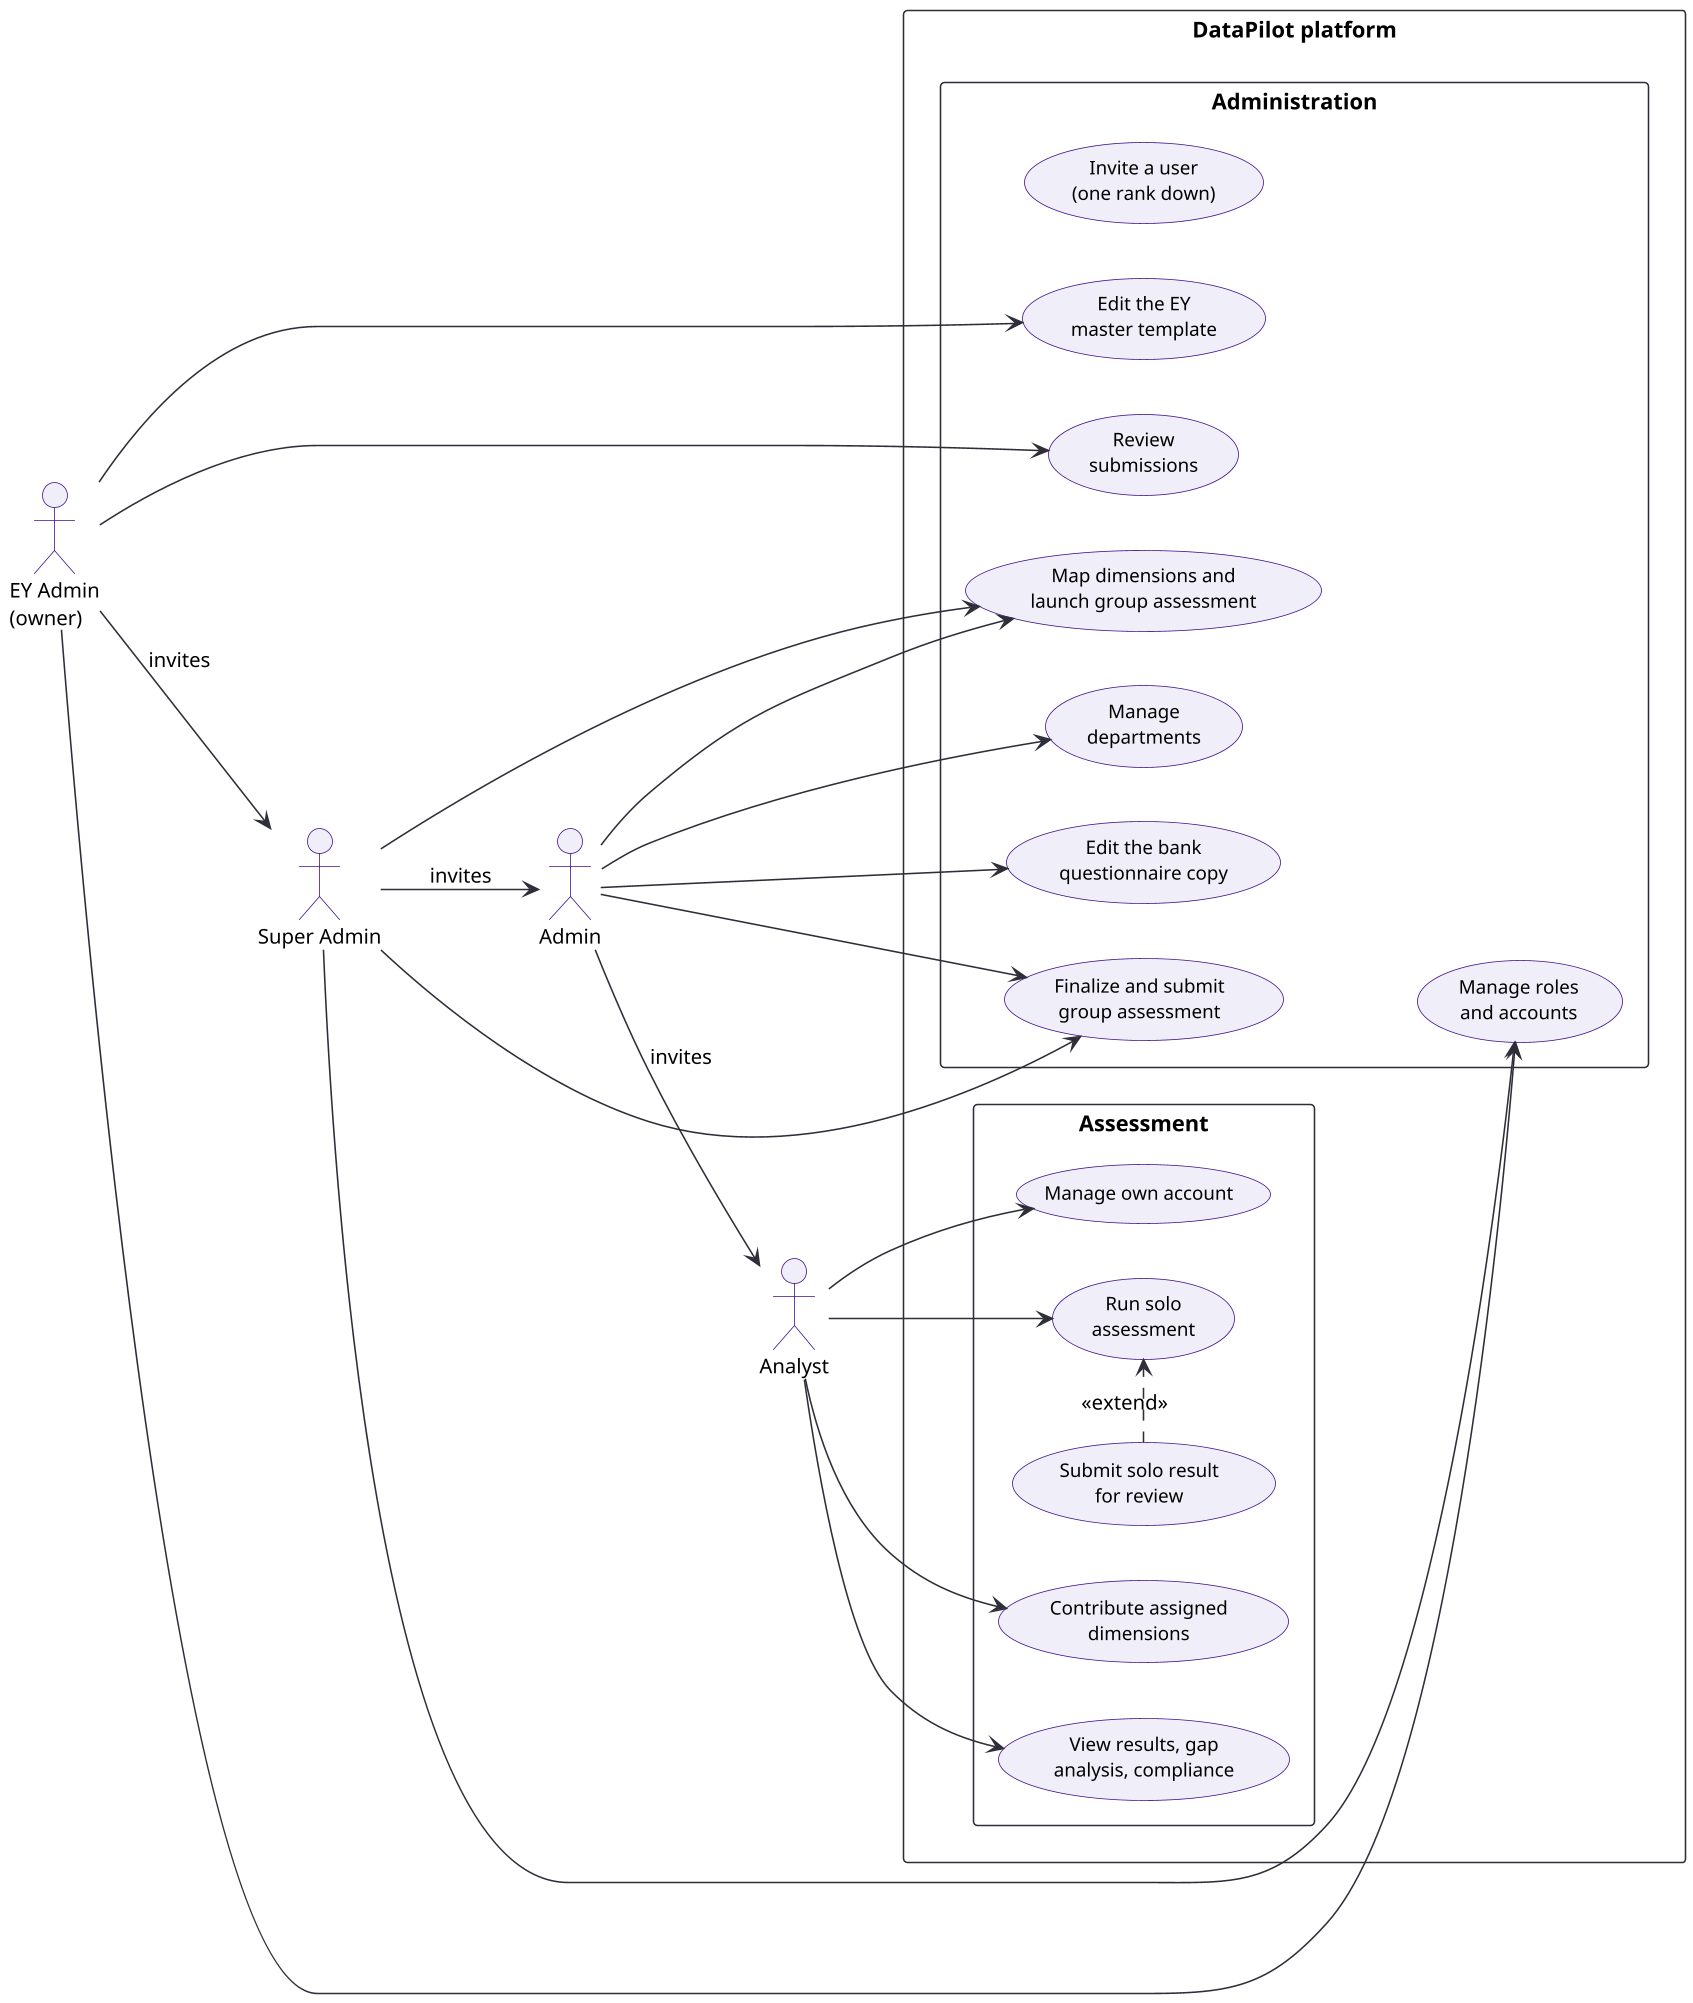
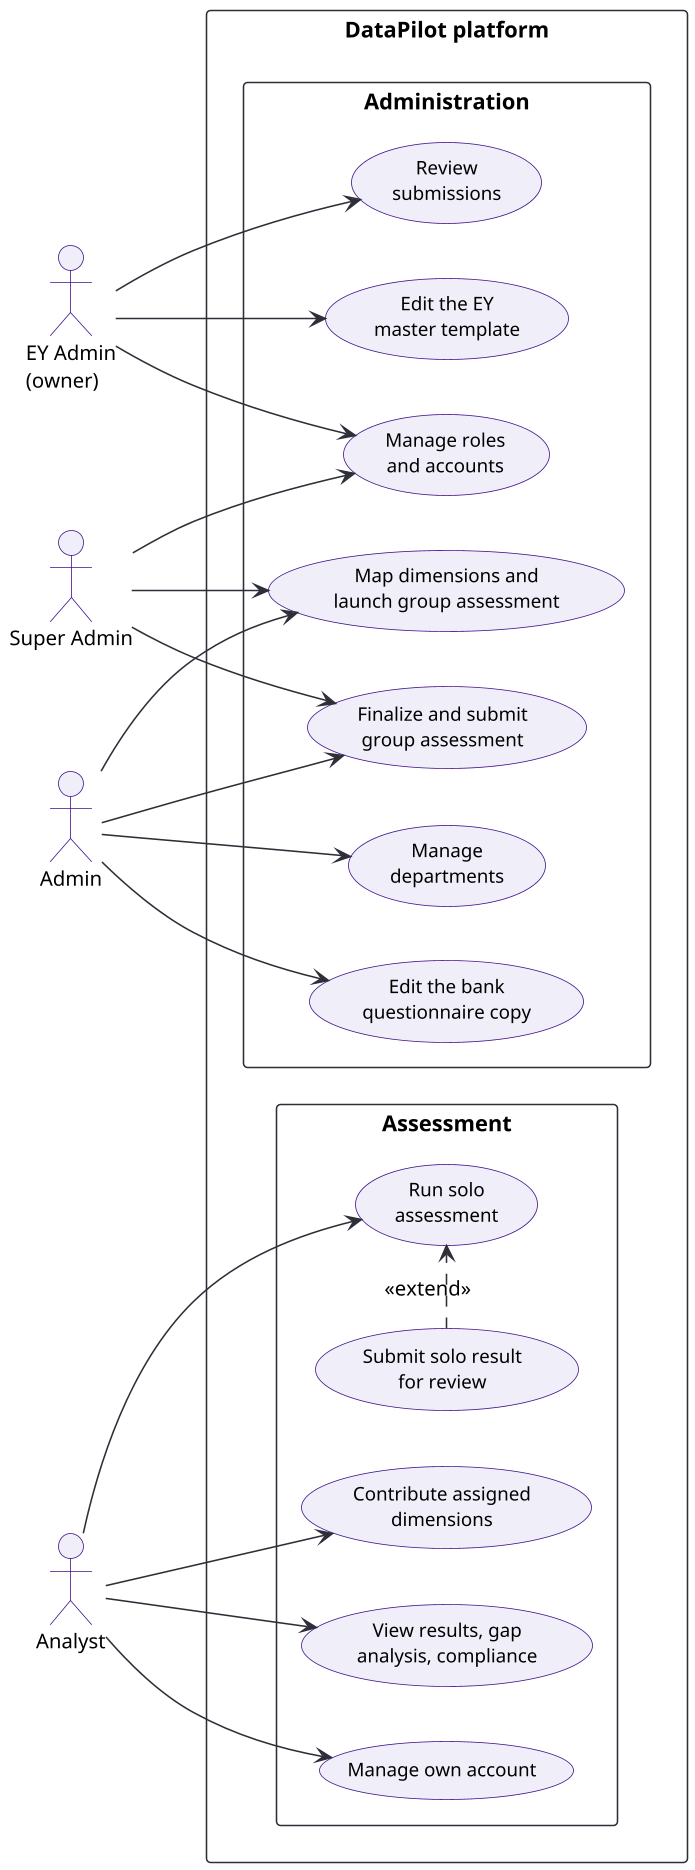
@startuml usecase
left to right direction
skinparam backgroundColor white
skinparam defaultFontSize 13
skinparam dpi 150
skinparam actorBackgroundColor #F0EEF8
skinparam actorBorderColor #3D108A
skinparam actorFontSize 13
skinparam usecaseBackgroundColor #F0EEF8
skinparam usecase {
  BorderColor #3D108A
  FontSize 12
}
skinparam rectangleBorderColor #2E2E38
skinparam rectangleFontStyle bold
skinparam rectangleFontSize 14
skinparam packageStyle rectangle
skinparam arrowColor #2E2E38

actor "EY Admin\n(owner)" as owner
actor "Super Admin" as sadmin
actor "Admin" as admin
actor "Analyst" as analyst

- ' Relationship between the actors: the top-down invite chain,
- ' each role invites exactly one rank below itself.
- owner --> sadmin : invites
- sadmin --> admin : invites
- admin --> analyst : invites
- 
rectangle "DataPilot platform" {
  rectangle "Administration" {
-     usecase "Invite a user\n(one rank down)" as UCinvite
    usecase "Manage roles\nand accounts" as UCroles
    usecase "Manage\ndepartments" as UCdept
    usecase "Edit the EY\nmaster template" as UCmaster
    usecase "Edit the bank\nquestionnaire copy" as UCbank
    usecase "Map dimensions and\nlaunch group assessment" as UCmap
    usecase "Finalize and submit\ngroup assessment" as UCfinal
    usecase "Review\nsubmissions" as UCreview
  }
  rectangle "Assessment" {
    usecase "Run solo\nassessment" as UCsolo
    usecase "Submit solo result\nfor review" as UCsubmit
    usecase "Contribute assigned\ndimensions" as UCcontrib
    usecase "View results, gap\nanalysis, compliance" as UCviews
    usecase "Manage own account" as UCacct
  }
}

owner --> UCmaster
owner --> UCroles
owner --> UCreview

sadmin --> UCroles
sadmin --> UCmap
sadmin --> UCfinal

admin --> UCdept
admin --> UCbank
admin --> UCmap
admin --> UCfinal

analyst --> UCsolo
analyst --> UCcontrib
analyst --> UCviews
analyst --> UCacct

- UCinvite -[hidden]down-> UCroles
UCsubmit .> UCsolo : <<extend>>
@enduml
